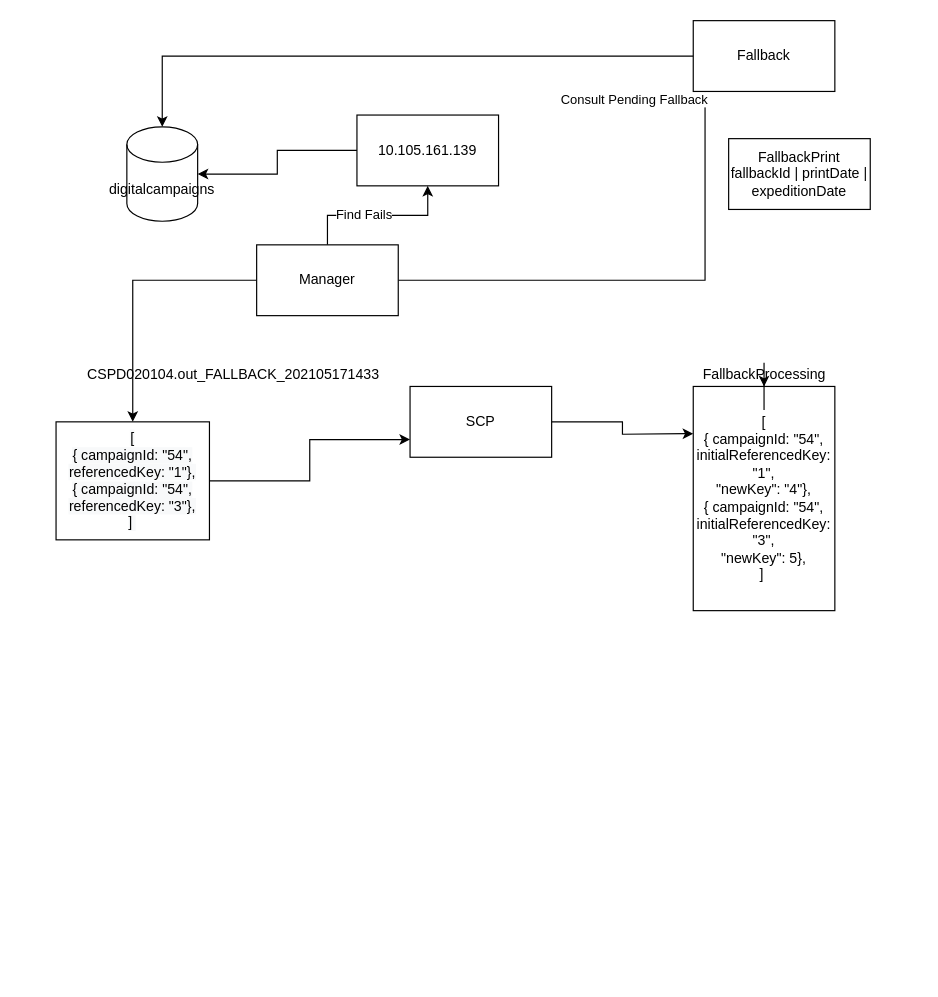
Above: Untitled Diagram.drawio in caio-bueno/draws-valid (draw.io), before the change. Source tidied: cells renumbered, new cells numbered last; positions are measured from the earlier drawing's top-left corner, leaving out a move shared by most shapes. Both pictures are drawn from the tidied source at 118%, with x=0, y=0 at pixel (55, 20).
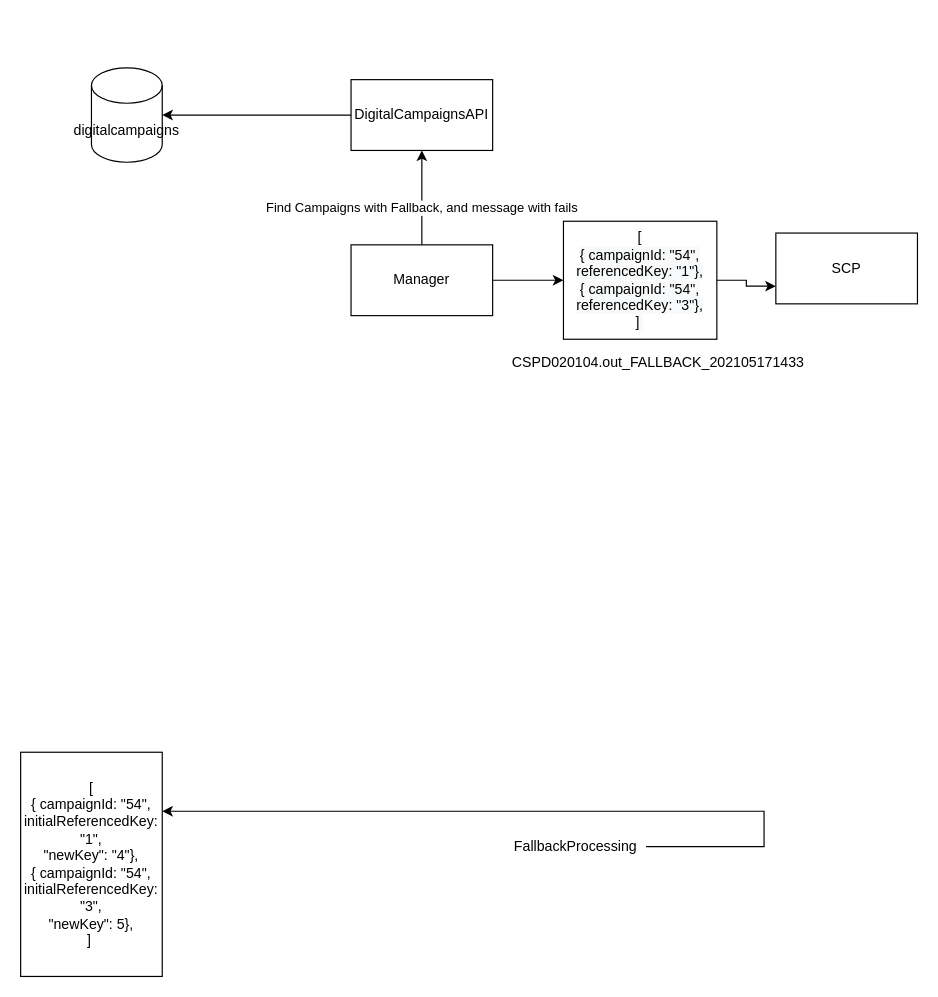
The same page after the edit.

The change refers to these unchanged cells:
```xml
<mxCell id="8" style="edgeStyle=orthogonalEdgeStyle;rounded=0;jettySize=auto;html=1;" parent="1" edge="1" source="13" target="4">
  <mxGeometry relative="1" as="geometry" />
</mxCell>
```

Diff of the diagram source:
```diff
@@
     <mxCell id="2" value="digitalcampaigns&lt;br&gt;" style="shape=cylinder3;whiteSpace=wrap;html=1;boundedLbl=1;backgroundOutline=1;size=15;" parent="1" vertex="1">
-      <mxGeometry x="60" y="90" width="60" height="80" as="geometry" />
+      <mxGeometry x="30" y="40" width="60" height="80" as="geometry" />
     </mxCell>
@@
-    <mxCell id="4" value="10.105.161.139" style="rounded=0;whiteSpace=wrap;html=1;" parent="1" vertex="1">
-      <mxGeometry x="255" y="80" width="120" height="60" as="geometry" />
+    <mxCell id="4" value="DigitalCampaignsAPI" style="rounded=0;whiteSpace=wrap;html=1;" parent="1" vertex="1">
+      <mxGeometry x="250" y="50" width="120" height="60" as="geometry" />
     </mxCell>
@@
     <mxCell id="6" value="&lt;span style=&quot;color: rgb(0, 0, 0); font-family: helvetica; font-size: 12px; font-style: normal; font-weight: 400; letter-spacing: normal; text-align: center; text-indent: 0px; text-transform: none; word-spacing: 0px; background-color: rgb(248, 249, 250); display: inline; float: none;&quot;&gt;[&lt;/span&gt;&lt;br style=&quot;color: rgb(0, 0, 0); font-family: helvetica; font-size: 12px; font-style: normal; font-weight: 400; letter-spacing: normal; text-align: center; text-indent: 0px; text-transform: none; word-spacing: 0px; background-color: rgb(248, 249, 250);&quot;&gt;&lt;span style=&quot;color: rgb(0, 0, 0); font-family: helvetica; font-size: 12px; font-style: normal; font-weight: 400; letter-spacing: normal; text-align: center; text-indent: 0px; text-transform: none; word-spacing: 0px; background-color: rgb(248, 249, 250); display: inline; float: none;&quot;&gt;{ campaignId: &quot;54&quot;, referencedKey: &quot;1&quot;},&lt;/span&gt;&lt;br style=&quot;color: rgb(0, 0, 0); font-family: helvetica; font-size: 12px; font-style: normal; font-weight: 400; letter-spacing: normal; text-align: center; text-indent: 0px; text-transform: none; word-spacing: 0px; background-color: rgb(248, 249, 250);&quot;&gt;&lt;span style=&quot;color: rgb(0, 0, 0); font-family: helvetica; font-size: 12px; font-style: normal; font-weight: 400; letter-spacing: normal; text-align: center; text-indent: 0px; text-transform: none; word-spacing: 0px; background-color: rgb(248, 249, 250); display: inline; float: none;&quot;&gt;{ campaignId: &quot;54&quot;, referencedKey: &quot;3&quot;},&lt;/span&gt;&lt;br style=&quot;color: rgb(0, 0, 0); font-family: helvetica; font-size: 12px; font-style: normal; font-weight: 400; letter-spacing: normal; text-align: center; text-indent: 0px; text-transform: none; word-spacing: 0px; background-color: rgb(248, 249, 250);&quot;&gt;&lt;span style=&quot;color: rgb(0, 0, 0); font-family: helvetica; font-size: 12px; font-style: normal; font-weight: 400; letter-spacing: normal; text-align: center; text-indent: 0px; text-transform: none; word-spacing: 0px; background-color: rgb(248, 249, 250); display: inline; float: none;&quot;&gt;]&amp;nbsp;&lt;/span&gt;" style="whiteSpace=wrap;html=1;" parent="1" vertex="1">
-      <mxGeometry y="340" width="130" height="100" as="geometry" />
+      <mxGeometry x="430" y="170" width="130" height="100" as="geometry" />
     </mxCell>
     <mxCell id="7" value="CSPD020104.out_FALLBACK_202105171433" style="text;html=1;align=center;verticalAlign=middle;strokeColor=none;" parent="1" vertex="1">
-      <mxGeometry x="20" y="290" width="260" height="20" as="geometry" />
+      <mxGeometry x="380" y="280" width="260" height="20" as="geometry" />
     </mxCell>
@@
-    <mxCell id="9" value="Find Fails" style="edgeLabel;html=1;align=center;verticalAlign=middle;" parent="8" vertex="1">
+    <mxCell id="9" value="Find Campaigns with Fallback, and message with fails" style="edgeLabel;html=1;align=center;verticalAlign=middle;" parent="8" vertex="1">
       <mxGeometry x="-0.19" y="1" relative="1" as="geometry" />
     </mxCell>
@@
-    <mxCell id="11" style="edgeStyle=orthogonalEdgeStyle;rounded=0;jettySize=auto;html=1;" parent="1" edge="1" source="13" target="2">
-      <mxGeometry relative="1" as="geometry">
-        <Array as="points">
-          <mxPoint x="550" y="220" />
-          <mxPoint x="550" y="30" />
-          <mxPoint x="90" y="30" />
-        </Array>
-      </mxGeometry>
-    </mxCell>
-    <mxCell id="12" value="Consult Pending Fallback" style="edgeLabel;html=1;align=center;verticalAlign=middle;" parent="11" vertex="1">
-      <mxGeometry x="-0.14" y="-3" relative="1" as="geometry">
-        <mxPoint x="-64" y="3" as="offset" />
-      </mxGeometry>
-    </mxCell>
     <mxCell id="13" value="Manager" style="whiteSpace=wrap;html=1;" parent="1" vertex="1">
-      <mxGeometry x="170" y="190" width="120" height="60" as="geometry" />
+      <mxGeometry x="250" y="190" width="120" height="60" as="geometry" />
     </mxCell>
-    <mxCell id="14" style="edgeStyle=orthogonalEdgeStyle;rounded=0;jettySize=auto;html=1;" parent="1" edge="1" source="15">
-      <mxGeometry relative="1" as="geometry">
-        <mxPoint x="540" y="350" as="targetPoint" />
-      </mxGeometry>
-    </mxCell>
     <mxCell id="15" value="SCP" style="whiteSpace=wrap;html=1;" parent="1" vertex="1">
-      <mxGeometry x="300" y="310" width="120" height="60" as="geometry" />
+      <mxGeometry x="610" y="180" width="120" height="60" as="geometry" />
     </mxCell>
     <mxCell id="16" value="[&lt;br&gt;{ campaignId: &quot;54&quot;, initialReferencedKey: &quot;1&quot;,&lt;br&gt;&quot;newKey&quot;: &quot;4&quot;},&lt;br&gt;{ campaignId: &quot;54&quot;, initialReferencedKey: &quot;3&quot;,&lt;br&gt;&quot;newKey&quot;: 5},&lt;br&gt;]&amp;nbsp;" style="whiteSpace=wrap;html=1;" parent="1" vertex="1">
-      <mxGeometry x="540" y="310" width="120" height="190" as="geometry" />
+      <mxGeometry x="-30" y="620" width="120" height="190" as="geometry" />
     </mxCell>
     <mxCell id="17" style="edgeStyle=orthogonalEdgeStyle;rounded=0;jettySize=auto;html=1;" parent="1" edge="1" source="18" target="16">
-      <mxGeometry relative="1" as="geometry" />
+      <mxGeometry relative="1" as="geometry">
+        <Array as="points">
+          <mxPoint x="600" y="670" />
+        </Array>
+      </mxGeometry>
     </mxCell>
     <mxCell id="18" value="FallbackProcessing" style="text;html=1;align=center;verticalAlign=middle;points=[];strokeColor=none;" parent="1" vertex="1">
-      <mxGeometry x="540" y="290" width="120" height="20" as="geometry" />
+      <mxGeometry x="380" y="690" width="120" height="20" as="geometry" />
     </mxCell>
-    <mxCell id="19" value="FallbackPrint&lt;br&gt;fallbackId | printDate | expeditionDate" style="whiteSpace=wrap;html=1;" parent="1" vertex="1">
-      <mxGeometry x="570" y="100" width="120" height="60" as="geometry" />
-    </mxCell>
-    <mxCell id="20" value="Fallback&lt;br&gt;" style="whiteSpace=wrap;html=1;" parent="1" vertex="1">
-      <mxGeometry x="540" width="120" height="60" as="geometry" />
-    </mxCell>
```
